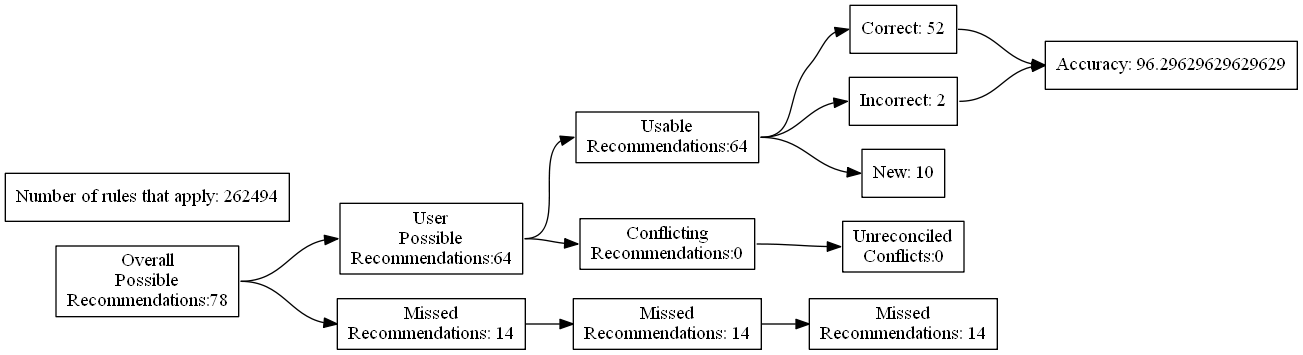
The Graphviz diagram test_renders/23.gv.png in ZaxR/ibd_diet_analysis, before a commit. Its source is kept beside it as test_renders/23.gv.
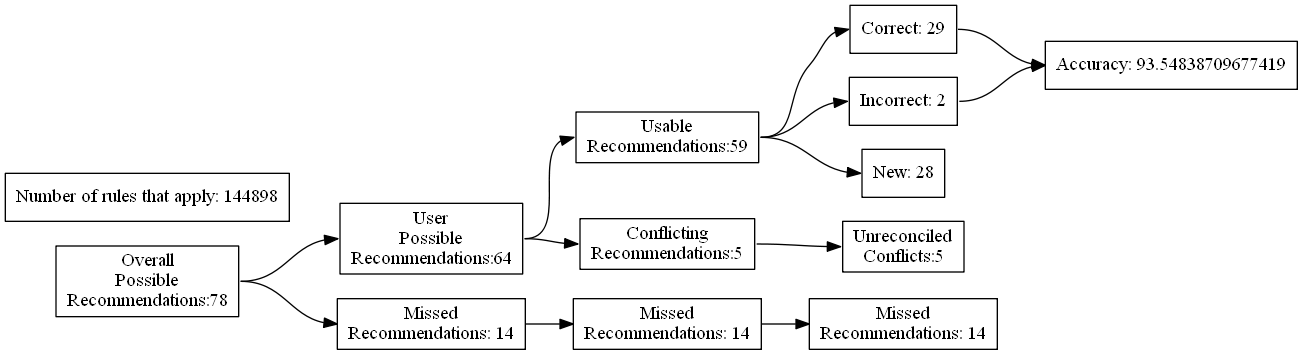
After the change.

Change to the diagram source:
```diff
@@ -11,20 +11,20 @@
 		C [label="Missed
 Recommendations: 14"]
 		D [label="Usable
-Recommendations:64"]
+Recommendations:59"]
 		E [label="Conflicting
-Recommendations:0"]
+Recommendations:5"]
 		J [label="Missed
 Recommendations: 14"]
 		M [label="Unreconciled
-Conflicts:0"]
-		F [label="Correct: 52"]
+Conflicts:5"]
+		F [label="Correct: 29"]
 		G [label="Incorrect: 2"]
-		H [label="New: 10"]
+		H [label="New: 28"]
 		K [label="Missed
 Recommendations: 14"]
-		I [label="Accuracy: 96.29629629629629"]
-		l [label="Number of rules that apply: 262494"]
+		I [label="Accuracy: 93.54838709677419"]
+		l [label="Number of rules that apply: 144898"]
 			A -> B
 			A -> C
 			B -> D
```
